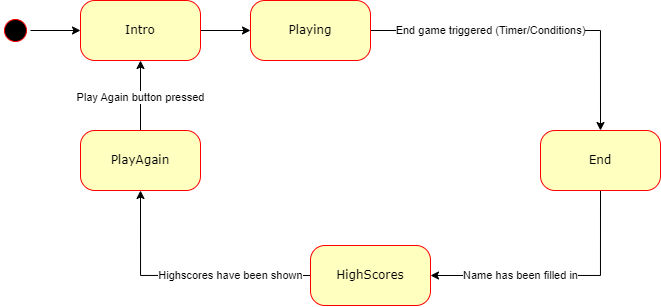
The draw.io diagram docs/assets/images/game-statemachine.drawio.png in MelvinQM/IOT-Personal, before a commit. Source tidied: cells renumbered, new cells last; positions are measured from the earlier drawing's top-left corner, leaving out a move shared by most shapes. The source it was exported from:
```xml
<mxGraphModel>
  <root>
    <mxCell id="0" />
    <mxCell id="1" parent="0" />
    <mxCell id="2" style="edgeStyle=orthogonalEdgeStyle;rounded=0;jettySize=auto;html=1;exitX=0.5;exitY=0;exitDx=0;exitDy=0;" parent="1" edge="1" source="3" target="5">
      <mxGeometry relative="1" as="geometry" />
    </mxCell>
    <mxCell id="3" style="ellipse;html=1;shape=startState;fillColor=#000000;strokeColor=#ff0000;rounded=1;shadow=0;comic=0;labelBackgroundColor=none;fontFamily=Verdana;fontSize=12;fontColor=#000000;align=center;direction=south;" parent="1" vertex="1">
      <mxGeometry y="15" width="30" height="30" as="geometry" />
    </mxCell>
    <mxCell id="4" style="edgeStyle=orthogonalEdgeStyle;rounded=0;jettySize=auto;html=1;entryX=0;entryY=0.5;entryDx=0;entryDy=0;" parent="1" edge="1" source="5" target="11">
      <mxGeometry relative="1" as="geometry" />
    </mxCell>
    <mxCell id="5" value="Intro" style="rounded=1;whiteSpace=wrap;html=1;arcSize=24;fillColor=#ffffc0;strokeColor=#ff0000;shadow=0;comic=0;labelBackgroundColor=none;fontFamily=Verdana;fontSize=12;fontColor=#000000;align=center;" parent="1" vertex="1">
      <mxGeometry x="80" width="120" height="60" as="geometry" />
    </mxCell>
    <mxCell id="6" style="edgeStyle=orthogonalEdgeStyle;rounded=0;jettySize=auto;html=1;exitX=0;exitY=0.5;exitDx=0;exitDy=0;entryX=0.5;entryY=1;entryDx=0;entryDy=0;" parent="1" edge="1" source="8" target="17">
      <mxGeometry relative="1" as="geometry" />
    </mxCell>
    <mxCell id="7" value="Highscores have been shown" style="edgeLabel;html=1;align=center;verticalAlign=middle;" parent="6" vertex="1">
      <mxGeometry x="-0.05" relative="1" as="geometry">
        <mxPoint x="41" as="offset" />
      </mxGeometry>
    </mxCell>
    <mxCell id="8" value="HighScores" style="rounded=1;whiteSpace=wrap;html=1;arcSize=24;fillColor=#ffffc0;strokeColor=#ff0000;shadow=0;comic=0;labelBackgroundColor=none;fontFamily=Verdana;fontSize=12;fontColor=#000000;align=center;" parent="1" vertex="1">
      <mxGeometry x="310" y="245" width="120" height="60" as="geometry" />
    </mxCell>
    <mxCell id="9" style="edgeStyle=orthogonalEdgeStyle;rounded=0;jettySize=auto;html=1;exitX=1;exitY=0.5;exitDx=0;exitDy=0;entryX=0.5;entryY=0;entryDx=0;entryDy=0;" parent="1" edge="1" source="11" target="14">
      <mxGeometry relative="1" as="geometry" />
    </mxCell>
    <mxCell id="10" value="End game triggered (Timer/Conditions)" style="edgeLabel;html=1;align=center;verticalAlign=middle;" parent="9" vertex="1">
      <mxGeometry x="-0.23" y="-2" relative="1" as="geometry">
        <mxPoint x="-7" y="-2" as="offset" />
      </mxGeometry>
    </mxCell>
    <mxCell id="11" value="Playing" style="rounded=1;whiteSpace=wrap;html=1;arcSize=24;fillColor=#ffffc0;strokeColor=#ff0000;shadow=0;comic=0;labelBackgroundColor=none;fontFamily=Verdana;fontSize=12;fontColor=#000000;align=center;" parent="1" vertex="1">
      <mxGeometry x="250" width="120" height="60" as="geometry" />
    </mxCell>
    <mxCell id="12" style="edgeStyle=orthogonalEdgeStyle;rounded=0;jettySize=auto;html=1;exitX=0.5;exitY=1;exitDx=0;exitDy=0;entryX=1;entryY=0.5;entryDx=0;entryDy=0;" parent="1" edge="1" source="14" target="8">
      <mxGeometry relative="1" as="geometry" />
    </mxCell>
    <mxCell id="13" value="Name has been filled in" style="edgeLabel;html=1;align=center;verticalAlign=middle;" parent="12" vertex="1">
      <mxGeometry x="-0.15" relative="1" as="geometry">
        <mxPoint x="-56" as="offset" />
      </mxGeometry>
    </mxCell>
    <mxCell id="14" value="End" style="rounded=1;whiteSpace=wrap;html=1;arcSize=24;fillColor=#ffffc0;strokeColor=#ff0000;shadow=0;comic=0;labelBackgroundColor=none;fontFamily=Verdana;fontSize=12;fontColor=#000000;align=center;" parent="1" vertex="1">
      <mxGeometry x="540" y="130" width="120" height="60" as="geometry" />
    </mxCell>
    <mxCell id="15" style="edgeStyle=orthogonalEdgeStyle;rounded=0;jettySize=auto;html=1;exitX=0.5;exitY=0;exitDx=0;exitDy=0;entryX=0.5;entryY=1;entryDx=0;entryDy=0;" parent="1" edge="1" source="17" target="5">
      <mxGeometry relative="1" as="geometry" />
    </mxCell>
    <mxCell id="16" value="Play Again button pressed" style="edgeLabel;html=1;align=center;verticalAlign=middle;" parent="15" vertex="1">
      <mxGeometry x="-0.05" relative="1" as="geometry" />
    </mxCell>
    <mxCell id="17" value="PlayAgain" style="rounded=1;whiteSpace=wrap;html=1;arcSize=24;fillColor=#ffffc0;strokeColor=#ff0000;shadow=0;comic=0;labelBackgroundColor=none;fontFamily=Verdana;fontSize=12;fontColor=#000000;align=center;" parent="1" vertex="1">
      <mxGeometry x="80" y="130" width="120" height="60" as="geometry" />
    </mxCell>
  </root>
</mxGraphModel>
```
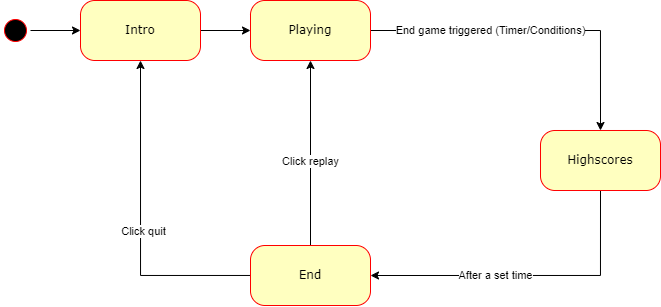
After the commit.

Commit message:
Updated statemachine diagram

Diff of the diagram source:
```diff
@@ -14,16 +14,20 @@
     <mxCell id="5" value="Intro" style="rounded=1;whiteSpace=wrap;html=1;arcSize=24;fillColor=#ffffc0;strokeColor=#ff0000;shadow=0;comic=0;labelBackgroundColor=none;fontFamily=Verdana;fontSize=12;fontColor=#000000;align=center;" parent="1" vertex="1">
       <mxGeometry x="80" width="120" height="60" as="geometry" />
     </mxCell>
-    <mxCell id="6" style="edgeStyle=orthogonalEdgeStyle;rounded=0;jettySize=auto;html=1;exitX=0;exitY=0.5;exitDx=0;exitDy=0;entryX=0.5;entryY=1;entryDx=0;entryDy=0;" parent="1" edge="1" source="8" target="17">
-      <mxGeometry relative="1" as="geometry" />
-    </mxCell>
-    <mxCell id="7" value="Highscores have been shown" style="edgeLabel;html=1;align=center;verticalAlign=middle;" parent="6" vertex="1">
-      <mxGeometry x="-0.05" relative="1" as="geometry">
-        <mxPoint x="41" as="offset" />
-      </mxGeometry>
-    </mxCell>
+    <mxCell id="18" style="edgeStyle=orthogonalEdgeStyle;rounded=0;jettySize=auto;html=1;exitX=0.5;exitY=0;exitDx=0;exitDy=0;entryX=0.5;entryY=1;entryDx=0;entryDy=0;" parent="1" edge="1" source="8" target="11">
+      <mxGeometry relative="1" as="geometry" />
+    </mxCell>
+    <mxCell id="19" value="Click replay" style="edgeLabel;html=1;align=center;verticalAlign=middle;" parent="18" vertex="1">
+      <mxGeometry x="-0.09" relative="1" as="geometry" />
+    </mxCell>
+    <mxCell id="20" style="edgeStyle=orthogonalEdgeStyle;rounded=0;jettySize=auto;html=1;entryX=0.5;entryY=1;entryDx=0;entryDy=0;" parent="1" edge="1" source="8" target="5">
+      <mxGeometry relative="1" as="geometry" />
+    </mxCell>
+    <mxCell id="21" value="Click quit" style="edgeLabel;html=1;align=center;verticalAlign=middle;" parent="20" vertex="1">
+      <mxGeometry x="-0.05" y="-3" relative="1" as="geometry" />
+    </mxCell>
-    <mxCell id="8" value="HighScores" style="rounded=1;whiteSpace=wrap;html=1;arcSize=24;fillColor=#ffffc0;strokeColor=#ff0000;shadow=0;comic=0;labelBackgroundColor=none;fontFamily=Verdana;fontSize=12;fontColor=#000000;align=center;" parent="1" vertex="1">
-      <mxGeometry x="310" y="245" width="120" height="60" as="geometry" />
+    <mxCell id="8" value="End" style="rounded=1;whiteSpace=wrap;html=1;arcSize=24;fillColor=#ffffc0;strokeColor=#ff0000;shadow=0;comic=0;labelBackgroundColor=none;fontFamily=Verdana;fontSize=12;fontColor=#000000;align=center;" parent="1" vertex="1">
+      <mxGeometry x="250" y="245" width="120" height="60" as="geometry" />
     </mxCell>
     <mxCell id="9" style="edgeStyle=orthogonalEdgeStyle;rounded=0;jettySize=auto;html=1;exitX=1;exitY=0.5;exitDx=0;exitDy=0;entryX=0.5;entryY=0;entryDx=0;entryDy=0;" parent="1" edge="1" source="11" target="14">
       <mxGeometry relative="1" as="geometry" />
@@ -39,22 +43,13 @@
     <mxCell id="12" style="edgeStyle=orthogonalEdgeStyle;rounded=0;jettySize=auto;html=1;exitX=0.5;exitY=1;exitDx=0;exitDy=0;entryX=1;entryY=0.5;entryDx=0;entryDy=0;" parent="1" edge="1" source="14" target="8">
       <mxGeometry relative="1" as="geometry" />
     </mxCell>
-    <mxCell id="13" value="Name has been filled in" style="edgeLabel;html=1;align=center;verticalAlign=middle;" parent="12" vertex="1">
+    <mxCell id="13" value="After a set time" style="edgeLabel;html=1;align=center;verticalAlign=middle;" parent="12" vertex="1">
       <mxGeometry x="-0.15" relative="1" as="geometry">
         <mxPoint x="-56" as="offset" />
       </mxGeometry>
     </mxCell>
-    <mxCell id="14" value="End" style="rounded=1;whiteSpace=wrap;html=1;arcSize=24;fillColor=#ffffc0;strokeColor=#ff0000;shadow=0;comic=0;labelBackgroundColor=none;fontFamily=Verdana;fontSize=12;fontColor=#000000;align=center;" parent="1" vertex="1">
+    <mxCell id="14" value="Highscores" style="rounded=1;whiteSpace=wrap;html=1;arcSize=24;fillColor=#ffffc0;strokeColor=#ff0000;shadow=0;comic=0;labelBackgroundColor=none;fontFamily=Verdana;fontSize=12;fontColor=#000000;align=center;" parent="1" vertex="1">
       <mxGeometry x="540" y="130" width="120" height="60" as="geometry" />
     </mxCell>
-    <mxCell id="15" style="edgeStyle=orthogonalEdgeStyle;rounded=0;jettySize=auto;html=1;exitX=0.5;exitY=0;exitDx=0;exitDy=0;entryX=0.5;entryY=1;entryDx=0;entryDy=0;" parent="1" edge="1" source="17" target="5">
-      <mxGeometry relative="1" as="geometry" />
-    </mxCell>
-    <mxCell id="16" value="Play Again button pressed" style="edgeLabel;html=1;align=center;verticalAlign=middle;" parent="15" vertex="1">
-      <mxGeometry x="-0.05" relative="1" as="geometry" />
-    </mxCell>
-    <mxCell id="17" value="PlayAgain" style="rounded=1;whiteSpace=wrap;html=1;arcSize=24;fillColor=#ffffc0;strokeColor=#ff0000;shadow=0;comic=0;labelBackgroundColor=none;fontFamily=Verdana;fontSize=12;fontColor=#000000;align=center;" parent="1" vertex="1">
-      <mxGeometry x="80" y="130" width="120" height="60" as="geometry" />
-    </mxCell>
   </root>
 </mxGraphModel>
```
